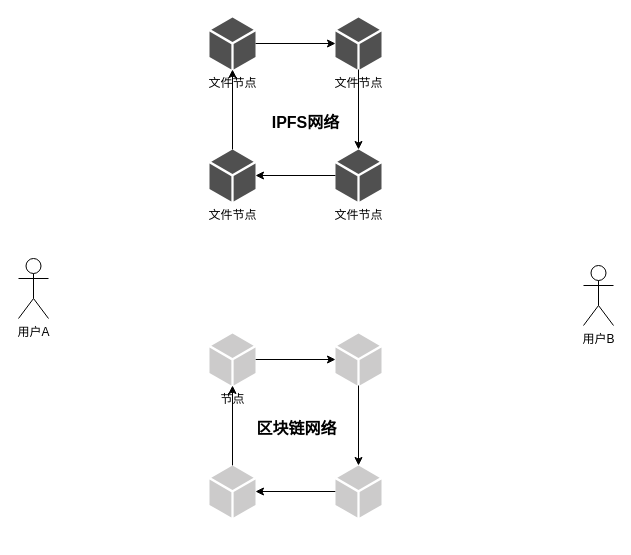
Above: code.drawio in threewebcode/mystack (draw.io), before the change. Source tidied: cells renumbered, new cells numbered last; positions are measured from the earlier drawing's top-left corner, leaving out a move shared by most shapes. Both pictures are drawn from the tidied source at 100%, with x=0, y=0 at pixel (18, 17).
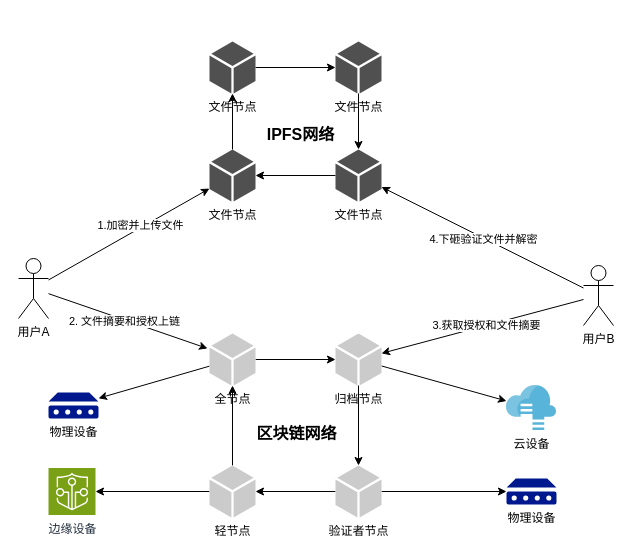
After the change.

The change refers to these unchanged cells:
```xml
<mxCell id="2" value="用户A" style="shape=umlActor;verticalLabelPosition=bottom;verticalAlign=top;html=1;outlineConnect=0;" parent="1" vertex="1">
  <mxGeometry y="241" width="30" height="60" as="geometry" />
</mxCell>
<mxCell id="3" value="用户B" style="shape=umlActor;verticalLabelPosition=bottom;verticalAlign=top;html=1;outlineConnect=0;" parent="1" vertex="1">
  <mxGeometry x="565" y="248" width="30" height="60" as="geometry" />
</mxCell>
<mxCell id="9" value="文件节点" style="sketch=0;shadow=0;dashed=0;html=1;strokeColor=none;fillColor=#505050;labelPosition=center;verticalLabelPosition=bottom;verticalAlign=top;outlineConnect=0;align=center;shape=mxgraph.office.concepts.node_generic;" parent="1" vertex="1">
  <mxGeometry x="317" y="132" width="46" height="52" as="geometry" />
</mxCell>
<mxCell id="11" value="文件节点" style="sketch=0;shadow=0;dashed=0;html=1;strokeColor=none;fillColor=#505050;labelPosition=center;verticalLabelPosition=bottom;verticalAlign=top;outlineConnect=0;align=center;shape=mxgraph.office.concepts.node_generic;" parent="1" vertex="1">
  <mxGeometry x="191" y="132" width="46" height="52" as="geometry" />
</mxCell>
```

The edit, as a diff of the source:
```diff
@@
+    <mxCell id="22" style="rounded=0;jettySize=auto;html=1;" parent="1" edge="1" source="2" target="11">
+      <mxGeometry relative="1" as="geometry" />
+    </mxCell>
+    <mxCell id="23" value="1.加密并上传文件" style="edgeLabel;html=1;align=center;verticalAlign=middle;" parent="22" vertex="1">
+      <mxGeometry x="0.16" y="3" relative="1" as="geometry" />
+    </mxCell>
+    <mxCell id="24" style="rounded=0;jettySize=auto;html=1;entryX=-0.043;entryY=0.288;entryDx=0;entryDy=0;entryPerimeter=0;" parent="1" edge="1" source="2" target="14">
+      <mxGeometry relative="1" as="geometry" />
+    </mxCell>
+    <mxCell id="25" value="2. 文件摘要和授权上链" style="edgeLabel;html=1;align=center;verticalAlign=middle;" parent="24" vertex="1">
+      <mxGeometry x="-0.05" y="-1" relative="1" as="geometry" />
+    </mxCell>
@@
+    <mxCell id="26" style="rounded=0;jettySize=auto;html=1;" parent="1" edge="1" source="3" target="9">
+      <mxGeometry relative="1" as="geometry" />
+    </mxCell>
+    <mxCell id="27" value="4.下砸验证文件并解密" style="edgeLabel;html=1;align=center;verticalAlign=middle;" parent="26" vertex="1">
+      <mxGeometry x="-0.01" relative="1" as="geometry">
+        <mxPoint y="1" as="offset" />
+      </mxGeometry>
+    </mxCell>
+    <mxCell id="28" style="rounded=0;jettySize=auto;html=1;" parent="1" edge="1" source="3" target="16">
+      <mxGeometry relative="1" as="geometry" />
+    </mxCell>
+    <mxCell id="29" value="3.获取授权和文件摘要" style="edgeLabel;html=1;align=center;verticalAlign=middle;" parent="28" vertex="1">
+      <mxGeometry x="-0.03" y="-1" relative="1" as="geometry" />
+    </mxCell>
@@
     <mxCell id="5" value="文件节点" style="sketch=0;shadow=0;dashed=0;html=1;strokeColor=none;fillColor=#505050;labelPosition=center;verticalLabelPosition=bottom;verticalAlign=top;outlineConnect=0;align=center;shape=mxgraph.office.concepts.node_generic;" parent="1" vertex="1">
-      <mxGeometry x="191" width="46" height="52" as="geometry" />
+      <mxGeometry x="191" y="24" width="46" height="52" as="geometry" />
     </mxCell>
@@
     <mxCell id="7" value="文件节点" style="sketch=0;shadow=0;dashed=0;html=1;strokeColor=none;fillColor=#505050;labelPosition=center;verticalLabelPosition=bottom;verticalAlign=top;outlineConnect=0;align=center;shape=mxgraph.office.concepts.node_generic;" parent="1" vertex="1">
-      <mxGeometry x="317" width="46" height="52" as="geometry" />
+      <mxGeometry x="317" y="24" width="46" height="52" as="geometry" />
     </mxCell>
@@
     <mxCell id="12" value="IPFS网络" style="text;html=1;align=center;verticalAlign=middle;strokeColor=none;fillColor=none;fontStyle=1;fontSize=16;" parent="1" vertex="1">
-      <mxGeometry x="237" y="90" width="100" height="30" as="geometry" />
+      <mxGeometry x="232" y="102" width="100" height="30" as="geometry" />
     </mxCell>
@@
+    <mxCell id="30" style="rounded=0;jettySize=auto;html=1;" parent="1" edge="1" source="14" target="35">
+      <mxGeometry relative="1" as="geometry" />
+    </mxCell>
-    <mxCell id="14" value="节点" style="sketch=0;shadow=0;dashed=0;html=1;strokeColor=none;labelPosition=center;verticalLabelPosition=bottom;verticalAlign=top;outlineConnect=0;align=center;shape=mxgraph.office.concepts.node_generic;fillColor=#CCCBCB;" parent="1" vertex="1">
+    <mxCell id="14" value="全节点" style="sketch=0;shadow=0;dashed=0;html=1;strokeColor=none;labelPosition=center;verticalLabelPosition=bottom;verticalAlign=top;outlineConnect=0;align=center;shape=mxgraph.office.concepts.node_generic;fillColor=#CCCBCB;" parent="1" vertex="1">
       <mxGeometry x="191" y="316" width="46" height="52" as="geometry" />
     </mxCell>
@@
+    <mxCell id="31" style="rounded=0;jettySize=auto;html=1;" parent="1" edge="1" source="16" target="34">
+      <mxGeometry relative="1" as="geometry" />
+    </mxCell>
-    <mxCell id="16" style="sketch=0;shadow=0;dashed=0;html=1;strokeColor=none;labelPosition=center;verticalLabelPosition=bottom;verticalAlign=top;outlineConnect=0;align=center;shape=mxgraph.office.concepts.node_generic;fillColor=#CCCBCB;" parent="1" vertex="1">
+    <mxCell id="16" value="归档节点" style="sketch=0;shadow=0;dashed=0;html=1;strokeColor=none;labelPosition=center;verticalLabelPosition=bottom;verticalAlign=top;outlineConnect=0;align=center;shape=mxgraph.office.concepts.node_generic;fillColor=#CCCBCB;" parent="1" vertex="1">
       <mxGeometry x="317" y="316" width="46" height="52" as="geometry" />
     </mxCell>
@@
+    <mxCell id="32" style="edgeStyle=orthogonalEdgeStyle;rounded=0;jettySize=auto;html=1;" parent="1" edge="1" source="18" target="37">
+      <mxGeometry relative="1" as="geometry" />
+    </mxCell>
-    <mxCell id="18" style="sketch=0;shadow=0;dashed=0;html=1;strokeColor=none;labelPosition=center;verticalLabelPosition=bottom;verticalAlign=top;outlineConnect=0;align=center;shape=mxgraph.office.concepts.node_generic;fillColor=#CCCBCB;" parent="1" vertex="1">
+    <mxCell id="18" value="验证者节点" style="sketch=0;shadow=0;dashed=0;html=1;strokeColor=none;labelPosition=center;verticalLabelPosition=bottom;verticalAlign=top;outlineConnect=0;align=center;shape=mxgraph.office.concepts.node_generic;fillColor=#CCCBCB;" parent="1" vertex="1">
       <mxGeometry x="317" y="448" width="46" height="52" as="geometry" />
     </mxCell>
@@
+    <mxCell id="33" style="edgeStyle=orthogonalEdgeStyle;rounded=0;jettySize=auto;html=1;" parent="1" edge="1" source="20" target="36">
+      <mxGeometry relative="1" as="geometry" />
+    </mxCell>
-    <mxCell id="20" style="sketch=0;shadow=0;dashed=0;html=1;strokeColor=none;labelPosition=center;verticalLabelPosition=bottom;verticalAlign=top;outlineConnect=0;align=center;shape=mxgraph.office.concepts.node_generic;fillColor=#CCCBCB;" parent="1" vertex="1">
+    <mxCell id="20" value="轻节点" style="sketch=0;shadow=0;dashed=0;html=1;strokeColor=none;labelPosition=center;verticalLabelPosition=bottom;verticalAlign=top;outlineConnect=0;align=center;shape=mxgraph.office.concepts.node_generic;fillColor=#CCCBCB;" parent="1" vertex="1">
       <mxGeometry x="191" y="448" width="46" height="52" as="geometry" />
     </mxCell>
     <mxCell id="21" value="区块链网络" style="text;html=1;align=center;verticalAlign=middle;strokeColor=none;fillColor=none;fontStyle=1;fontSize=16;" parent="1" vertex="1">
-      <mxGeometry x="223" y="396" width="110" height="30" as="geometry" />
+      <mxGeometry x="223" y="401" width="110" height="30" as="geometry" />
     </mxCell>
+    <mxCell id="34" value="云设备" style="image;sketch=0;html=1;points=[];align=center;fontSize=12;image=img/lib/mscae/StorSimple.svg;" parent="1" vertex="1">
+      <mxGeometry x="488" y="368" width="50" height="45" as="geometry" />
+    </mxCell>
+    <mxCell id="35" value="物理设备" style="sketch=0;shadow=0;dashed=0;html=1;strokeColor=none;labelPosition=center;verticalLabelPosition=bottom;verticalAlign=top;align=center;fillColor=#00188D;shape=mxgraph.mscae.enterprise.device;" parent="1" vertex="1">
+      <mxGeometry x="30" y="375" width="50" height="26" as="geometry" />
+    </mxCell>
+    <mxCell id="36" value="边缘设备" style="sketch=0;points=[[0,0,0],[0.25,0,0],[0.5,0,0],[0.75,0,0],[1,0,0],[0,1,0],[0.25,1,0],[0.5,1,0],[0.75,1,0],[1,1,0],[0,0.25,0],[0,0.5,0],[0,0.75,0],[1,0.25,0],[1,0.5,0],[1,0.75,0]];outlineConnect=0;fontColor=#232F3E;fillColor=#7AA116;strokeColor=#ffffff;dashed=0;verticalLabelPosition=bottom;verticalAlign=top;align=center;html=1;fontSize=12;fontStyle=0;shape=mxgraph.aws4.resourceIcon;resIcon=mxgraph.aws4.iot_device_defender;" parent="1" vertex="1">
+      <mxGeometry x="30" y="450.5" width="47" height="47" as="geometry" />
+    </mxCell>
+    <mxCell id="37" value="物理设备" style="sketch=0;shadow=0;dashed=0;html=1;strokeColor=none;labelPosition=center;verticalLabelPosition=bottom;verticalAlign=top;align=center;fillColor=#00188D;shape=mxgraph.mscae.enterprise.device;" parent="1" vertex="1">
+      <mxGeometry x="488" y="461" width="50" height="26" as="geometry" />
+    </mxCell>
```
